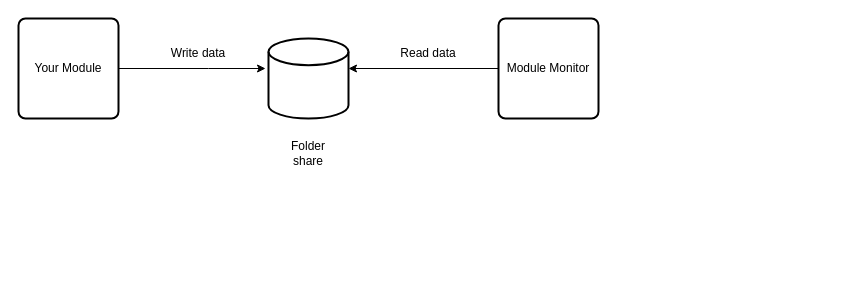
The draw.io diagram Untitled Diagram.drawio in truongcao98/exam_flask, before the edit. Source tidied: cells renumbered, new cells numbered last; positions are measured from the earlier drawing's top-left corner, leaving out a move shared by most shapes. Both pictures are drawn from the tidied source at 100%, with x=0, y=0 at pixel (18, 18).
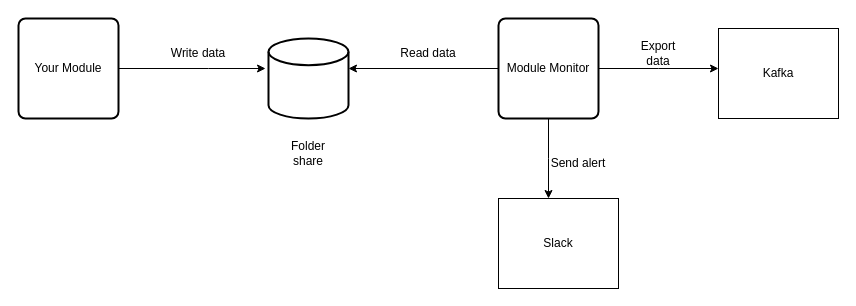
After the change.

Diff of the diagram source:
```diff
@@
 <mxGraphModel>
   <root>
     <mxCell id="0" />
     <mxCell id="1" parent="0" />
     <mxCell id="2" style="strokeWidth=2;html=1;shape=mxgraph.flowchart.database;whiteSpace=wrap;" parent="1" vertex="1">
       <mxGeometry x="250" y="20" width="80" height="80" as="geometry" />
     </mxCell>
     <mxCell id="3" style="edgeStyle=orthogonalEdgeStyle;rounded=0;jettySize=auto;html=1;exitX=1;exitY=0.5;exitDx=0;exitDy=0;entryX=-0.037;entryY=0.375;entryDx=0;entryDy=0;entryPerimeter=0;" parent="1" edge="1" source="4" target="2">
       <mxGeometry relative="1" as="geometry">
         <Array as="points">
           <mxPoint x="190" y="50" />
           <mxPoint x="190" y="50" />
         </Array>
       </mxGeometry>
     </mxCell>
     <mxCell id="4" value="Your Module" style="rounded=1;whiteSpace=wrap;html=1;absoluteArcSize=1;arcSize=14;strokeWidth=2;" parent="1" vertex="1">
       <mxGeometry width="100" height="100" as="geometry" />
     </mxCell>
     <mxCell id="5" style="edgeStyle=orthogonalEdgeStyle;rounded=0;jettySize=auto;html=1;exitX=0;exitY=0.5;exitDx=0;exitDy=0;entryX=1;entryY=0.375;entryDx=0;entryDy=0;entryPerimeter=0;" parent="1" edge="1" source="6" target="2">
       <mxGeometry relative="1" as="geometry" />
     </mxCell>
+    <mxCell id="10" style="edgeStyle=orthogonalEdgeStyle;rounded=0;jettySize=auto;html=1;exitX=1;exitY=0.5;exitDx=0;exitDy=0;" parent="1" edge="1" source="6">
+      <mxGeometry relative="1" as="geometry">
+        <mxPoint x="700" y="50" as="targetPoint" />
+      </mxGeometry>
+    </mxCell>
+    <mxCell id="11" style="edgeStyle=orthogonalEdgeStyle;rounded=0;jettySize=auto;html=1;exitX=0.5;exitY=1;exitDx=0;exitDy=0;" parent="1" edge="1" source="6">
+      <mxGeometry relative="1" as="geometry">
+        <mxPoint x="530" y="180" as="targetPoint" />
+      </mxGeometry>
+    </mxCell>
     <mxCell id="6" value="Module Monitor" style="rounded=1;whiteSpace=wrap;html=1;absoluteArcSize=1;arcSize=14;strokeWidth=2;" parent="1" vertex="1">
       <mxGeometry x="480" width="100" height="100" as="geometry" />
     </mxCell>
     <mxCell id="7" value="Folder share" style="text;html=1;strokeColor=none;fillColor=none;align=center;verticalAlign=middle;whiteSpace=wrap;rounded=0;" parent="1" vertex="1">
       <mxGeometry x="260" y="120" width="60" height="30" as="geometry" />
     </mxCell>
     <mxCell id="8" value="Write data" style="text;html=1;strokeColor=none;fillColor=none;align=center;verticalAlign=middle;whiteSpace=wrap;rounded=0;" parent="1" vertex="1">
       <mxGeometry x="150" y="20" width="60" height="30" as="geometry" />
     </mxCell>
     <mxCell id="9" value="Read data" style="text;html=1;strokeColor=none;fillColor=none;align=center;verticalAlign=middle;whiteSpace=wrap;rounded=0;" parent="1" vertex="1">
       <mxGeometry x="380" y="20" width="60" height="30" as="geometry" />
     </mxCell>
+    <mxCell id="12" value="Kafka" style="rounded=0;whiteSpace=wrap;html=1;" parent="1" vertex="1">
+      <mxGeometry x="700" y="10" width="120" height="90" as="geometry" />
+    </mxCell>
+    <mxCell id="13" value="Export data" style="text;html=1;strokeColor=none;fillColor=none;align=center;verticalAlign=middle;whiteSpace=wrap;rounded=0;" parent="1" vertex="1">
+      <mxGeometry x="610" y="20" width="60" height="30" as="geometry" />
+    </mxCell>
+    <mxCell id="14" value="Slack" style="rounded=0;whiteSpace=wrap;html=1;" parent="1" vertex="1">
+      <mxGeometry x="480" y="180" width="120" height="90" as="geometry" />
+    </mxCell>
+    <mxCell id="15" value="Send alert" style="text;html=1;strokeColor=none;fillColor=none;align=center;verticalAlign=middle;whiteSpace=wrap;rounded=0;" parent="1" vertex="1">
+      <mxGeometry x="530" y="130" width="60" height="30" as="geometry" />
+    </mxCell>
   </root>
 </mxGraphModel>
```
